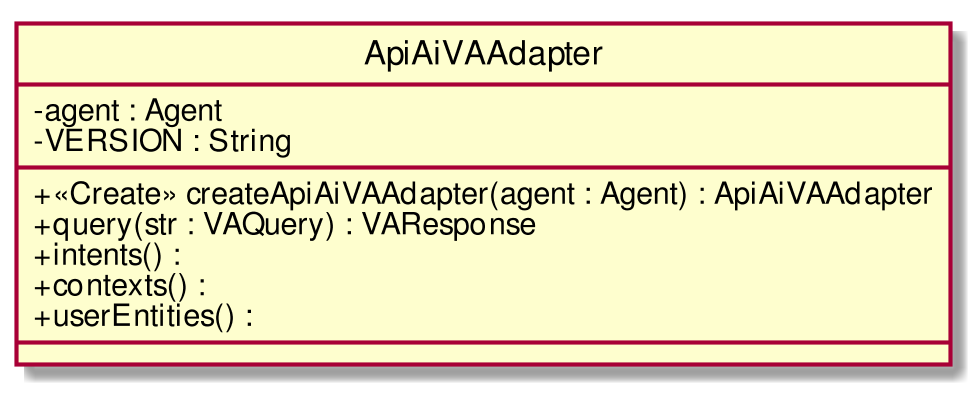
Above: RP/Esterni/DefinizioneDiProdotto/images/ClassApiAiVAAdapter.png in CoCodeSWE/Docs (PlantUML), before the change.
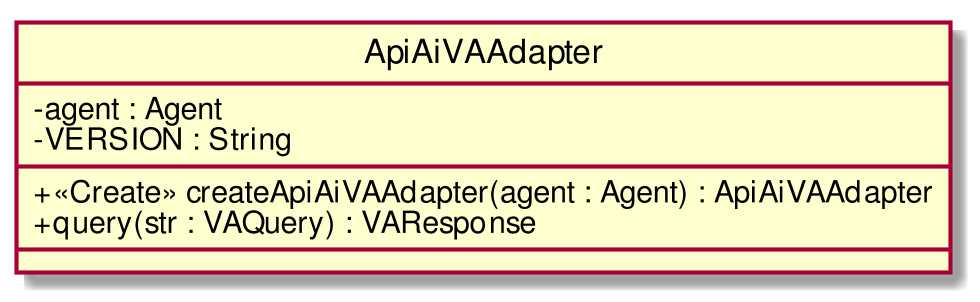
After the change.

Change to the diagram source:
```diff
@@ -7,9 +7,6 @@
 __
 + <<Create>> createApiAiVAAdapter(agent : Agent) : ApiAiVAAdapter
 + query(str : VAQuery) : VAResponse
-+ intents() :
-+ contexts() :
-+ userEntities() :
 __
 
 }
```
